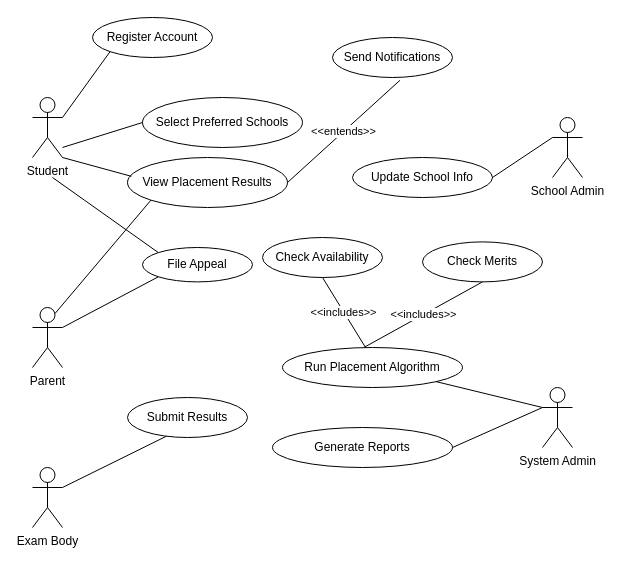
AshongAbdallah06/AshongAbdallah06.github.io keeps this draw.io diagram as Use-Case-Eduplace.drawio. Above is the earlier version. Source tidied: cells renumbered, new cells numbered last; positions are measured from the earlier drawing's top-left corner, leaving out a move shared by most shapes. Both pictures are drawn from the tidied source at 100%, with x=0, y=0 at pixel (32, 17).
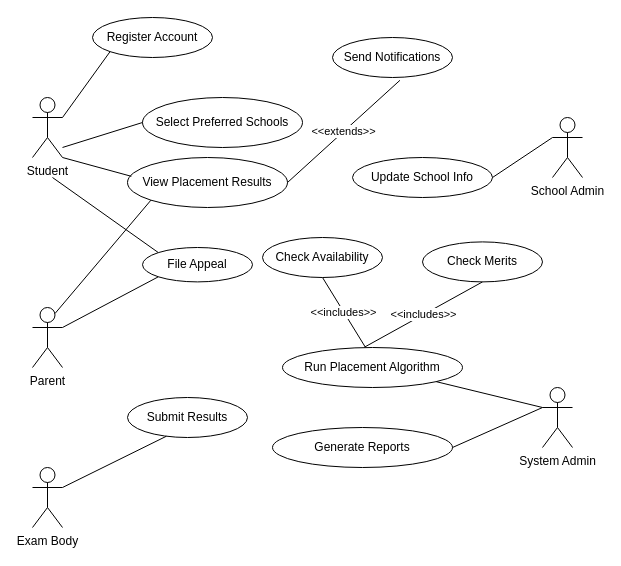
The same diagram, later.

The change refers to these unchanged cells:
```xml
<mxCell id="10" value="View Placement Results" style="ellipse;whiteSpace=wrap;html=1;" parent="1" vertex="1">
  <mxGeometry x="95" y="140" width="160" height="50" as="geometry" />
</mxCell>
<mxCell id="29" value="Send Notifications" style="ellipse;whiteSpace=wrap;html=1;" parent="1" vertex="1">
  <mxGeometry x="300" y="20" width="120" height="40" as="geometry" />
</mxCell>
```

Diff of the diagram source:
```diff
@@
-    <mxCell id="30" value="&amp;lt;&amp;lt;entends&amp;gt;&amp;gt;" style="endArrow=none;html=1;rounded=0;entryX=0.562;entryY=1.07;entryDx=0;entryDy=0;entryPerimeter=0;exitX=1;exitY=0.5;exitDx=0;exitDy=0;" parent="1" edge="1" source="10" target="29">
+    <mxCell id="30" value="&amp;lt;&amp;lt;extends&amp;gt;&amp;gt;" style="endArrow=none;html=1;rounded=0;entryX=0.562;entryY=1.07;entryDx=0;entryDy=0;entryPerimeter=0;exitX=1;exitY=0.5;exitDx=0;exitDy=0;" parent="1" edge="1" source="10" target="29">
       <mxGeometry relative="1" as="geometry" />
     </mxCell>
```
